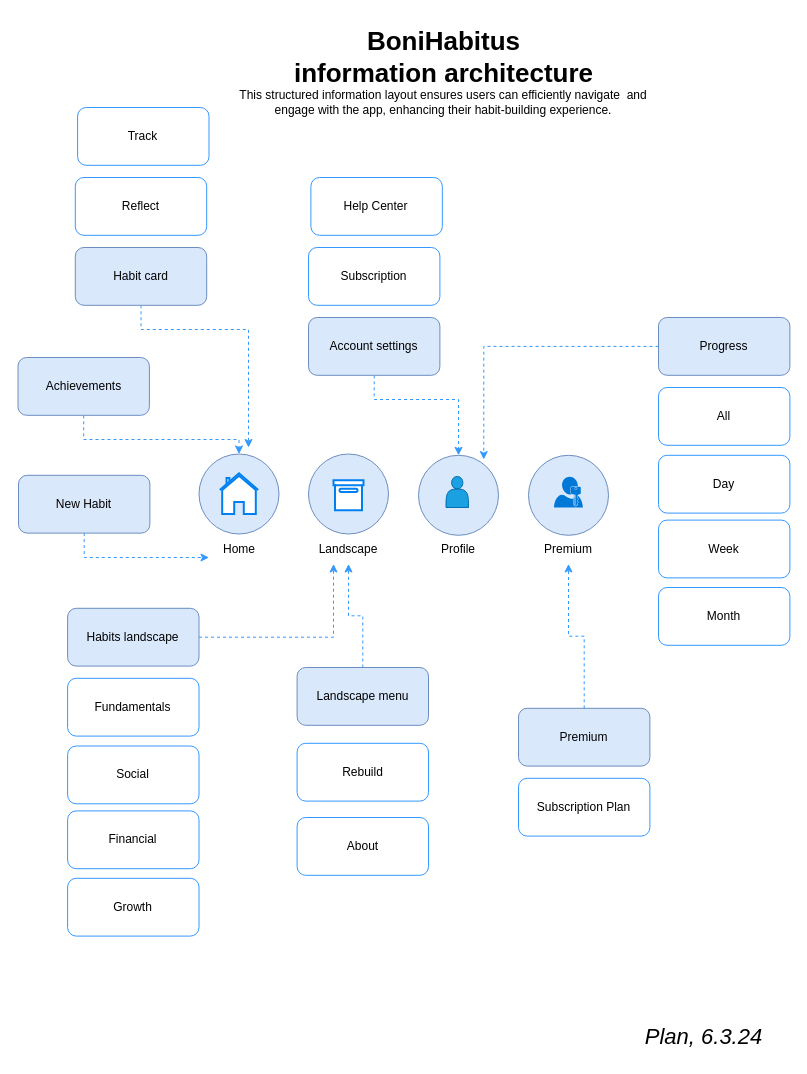
Above: App_.drawio in Rudakop/BoniHabitusApp (draw.io), before the change. Source tidied: cells renumbered, new cells numbered last; positions are measured from the earlier drawing's top-left corner, leaving out a move shared by most shapes. Both pictures are drawn from the tidied source at 100%, with x=0, y=0 at pixel (18, 17).
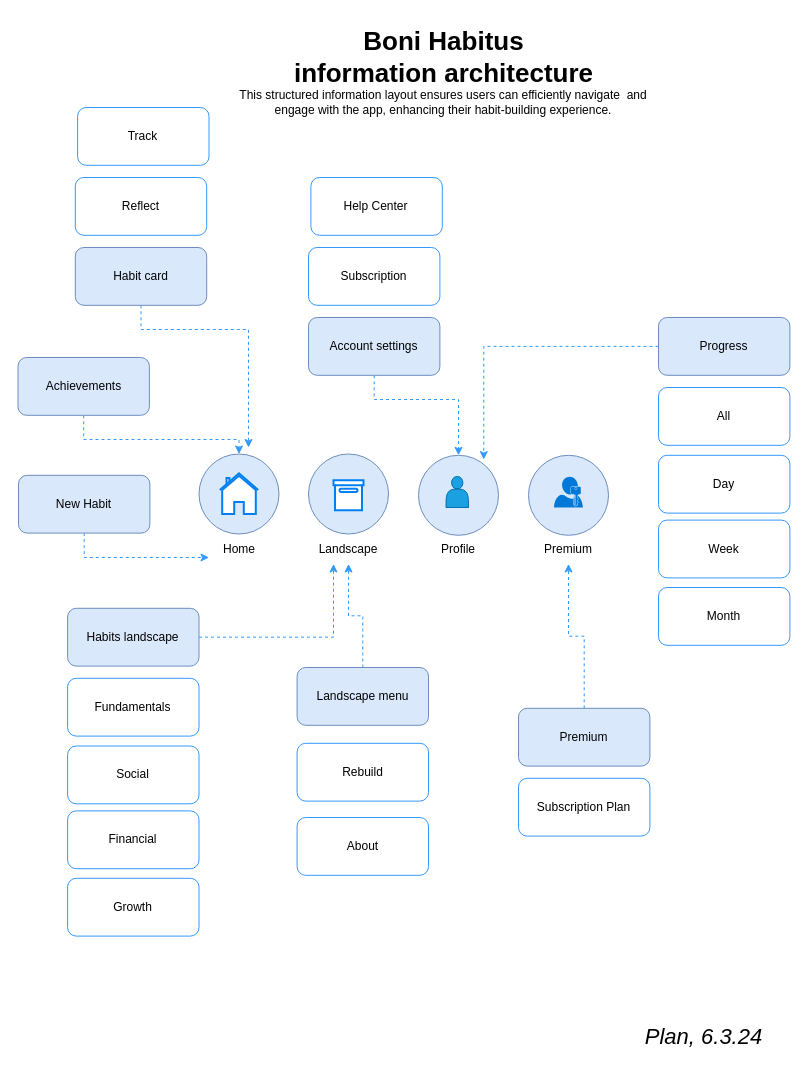
After the change.

The edit, as a diff of the source:
```diff
@@
-    <mxCell id="2" value="&lt;font style=&quot;font-size: 26px;&quot;&gt;&lt;b&gt;&amp;nbsp;BoniHabitus&amp;nbsp;&lt;/b&gt;&lt;/font&gt;&lt;div&gt;&lt;font style=&quot;font-size: 26px;&quot;&gt;&lt;b style=&quot;border-color: var(--border-color);&quot;&gt;information&amp;nbsp;&lt;/b&gt;&lt;b&gt;architecture&lt;/b&gt;&lt;/font&gt;&lt;/div&gt;" style="text;html=1;align=center;verticalAlign=middle;strokeColor=none;fillColor=none;labelBackgroundColor=none;fontColor=#000000;" parent="1" vertex="1">
+    <mxCell id="2" value="&lt;font style=&quot;font-size: 26px;&quot;&gt;&lt;b&gt;&amp;nbsp;Boni Habitus&amp;nbsp;&lt;/b&gt;&lt;/font&gt;&lt;div&gt;&lt;font style=&quot;font-size: 26px;&quot;&gt;&lt;b style=&quot;border-color: var(--border-color);&quot;&gt;information&amp;nbsp;&lt;/b&gt;&lt;b&gt;architecture&lt;/b&gt;&lt;/font&gt;&lt;/div&gt;" style="text;html=1;align=center;verticalAlign=middle;strokeColor=none;fillColor=none;labelBackgroundColor=none;fontColor=#000000;" parent="1" vertex="1">
       <mxGeometry x="265" width="320" height="80" as="geometry" />
     </mxCell>
```
